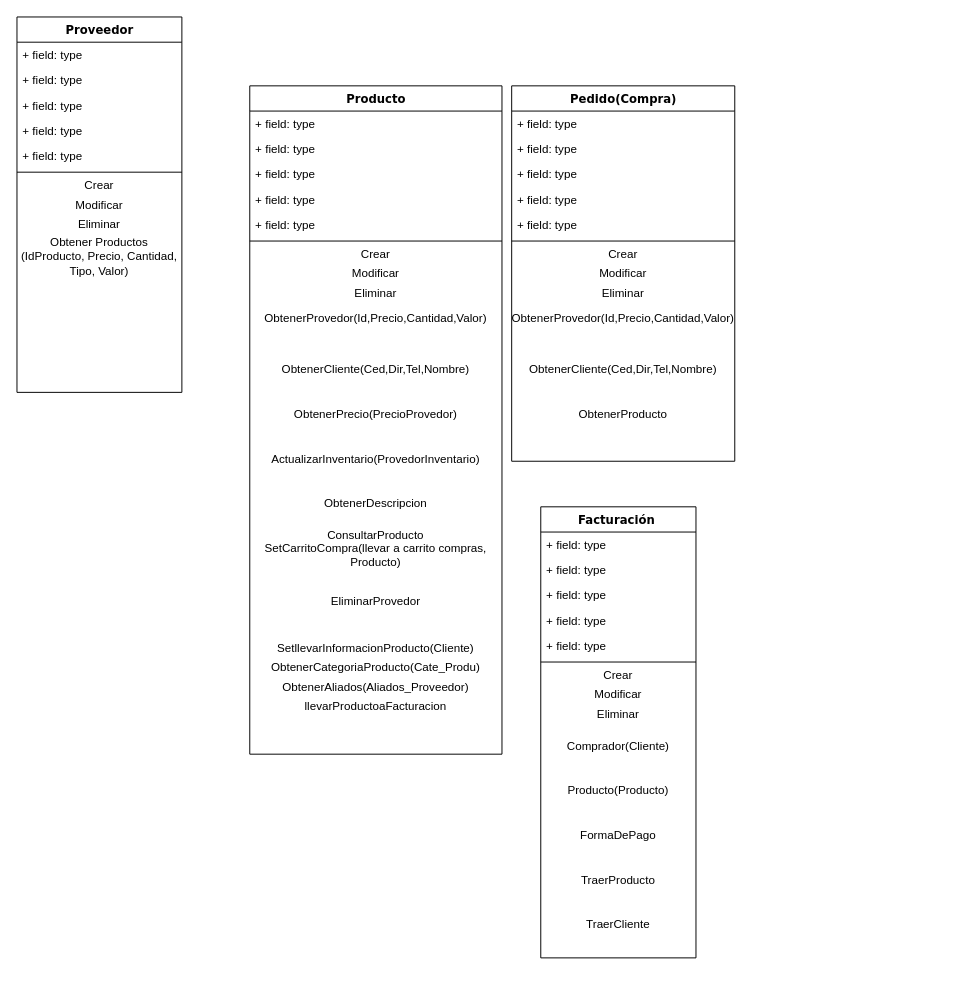
This is Untitled Diagram.drawio from hcardona76/ShoppingCar, a draw.io file, before an edit. Source tidied: cells renumbered, new cells numbered last; positions are measured from the earlier drawing's top-left corner, leaving out a move shared by most shapes. Both pictures are drawn from the tidied source at 97%, with x=0, y=0 at pixel (16, 16).
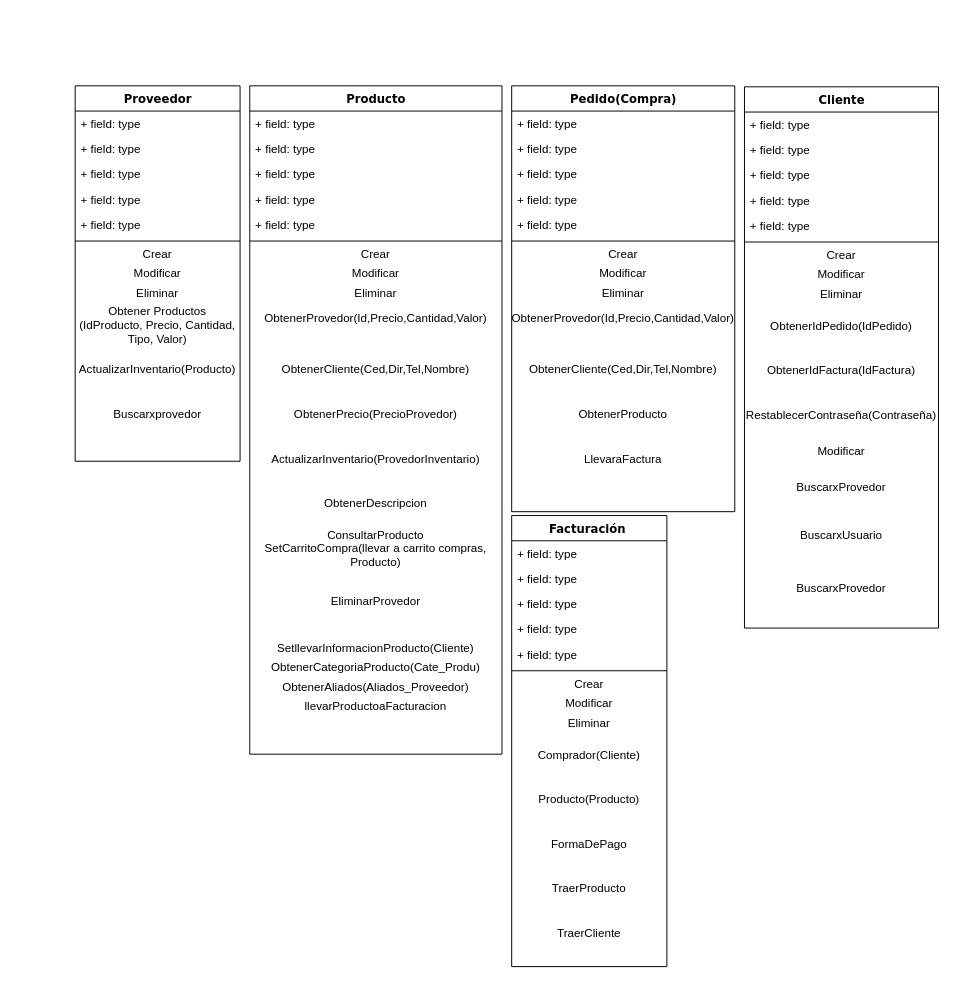
The same page after the edit.

What changed in the source:
```diff
@@
     <mxCell id="2" value="Proveedor" style="swimlane;html=1;fontStyle=1;align=center;verticalAlign=top;horizontal=1;startSize=26;swimlaneFillColor=#ffffff;rounded=0;shadow=0;comic=0;labelBackgroundColor=none;strokeColor=#000000;strokeWidth=1;fillColor=none;fontFamily=Verdana;fontSize=12;fontColor=#000000;" parent="1" vertex="1">
-      <mxGeometry width="170" height="387" as="geometry" />
+      <mxGeometry x="60" y="71" width="170" height="387" as="geometry" />
     </mxCell>
@@
+    <mxCell id="63" value="ActualizarInventario(Producto)" style="text;html=1;strokeColor=none;fillColor=none;align=center;verticalAlign=middle;whiteSpace=wrap;rounded=0;" parent="2" vertex="1">
+      <mxGeometry y="270" width="170" height="46" as="geometry" />
+    </mxCell>
     <mxCell id="13" value="Pedido(Compra)" style="swimlane;html=1;fontStyle=1;align=center;verticalAlign=top;horizontal=1;startSize=26;swimlaneFillColor=#ffffff;rounded=0;shadow=0;comic=0;labelBackgroundColor=none;strokeColor=#000000;strokeWidth=1;fillColor=none;fontFamily=Verdana;fontSize=12;fontColor=#000000;" parent="1" vertex="1">
-      <mxGeometry x="510" y="71" width="230" height="387" as="geometry" />
+      <mxGeometry x="510" y="71" width="230" height="439" as="geometry" />
     </mxCell>
@@
     <mxCell id="48" value="Facturación&amp;nbsp;" style="swimlane;html=1;fontStyle=1;align=center;verticalAlign=top;horizontal=1;startSize=26;swimlaneFillColor=#ffffff;rounded=0;shadow=0;comic=0;labelBackgroundColor=none;strokeColor=#000000;strokeWidth=1;fillColor=none;fontFamily=Verdana;fontSize=12;fontColor=#000000;" parent="1" vertex="1">
-      <mxGeometry x="540" y="505" width="160" height="465" as="geometry" />
+      <mxGeometry x="510" y="514" width="160" height="465" as="geometry" />
     </mxCell>
@@
+    <mxCell id="64" value="Cliente" style="swimlane;html=1;fontStyle=1;align=center;verticalAlign=top;horizontal=1;startSize=26;swimlaneFillColor=#ffffff;rounded=0;shadow=0;comic=0;labelBackgroundColor=none;strokeColor=#000000;strokeWidth=1;fillColor=none;fontFamily=Verdana;fontSize=12;fontColor=#000000;" parent="1" vertex="1">
+      <mxGeometry x="750" y="72" width="200" height="558" as="geometry" />
+    </mxCell>
+    <mxCell id="65" value="+ field: type" style="text;html=1;strokeColor=none;fillColor=none;align=left;verticalAlign=top;spacingLeft=4;spacingRight=4;whiteSpace=wrap;overflow=hidden;" parent="64" vertex="1">
+      <mxGeometry y="26" width="200" height="26" as="geometry" />
+    </mxCell>
+    <mxCell id="66" value="+ field: type" style="text;html=1;strokeColor=none;fillColor=none;align=left;verticalAlign=top;spacingLeft=4;spacingRight=4;whiteSpace=wrap;overflow=hidden;" parent="64" vertex="1">
+      <mxGeometry y="52" width="200" height="26" as="geometry" />
+    </mxCell>
+    <mxCell id="67" value="+ field: type" style="text;html=1;strokeColor=none;fillColor=none;align=left;verticalAlign=top;spacingLeft=4;spacingRight=4;whiteSpace=wrap;overflow=hidden;" parent="64" vertex="1">
+      <mxGeometry y="78" width="200" height="26" as="geometry" />
+    </mxCell>
+    <mxCell id="68" value="+ field: type" style="text;html=1;strokeColor=none;fillColor=none;align=left;verticalAlign=top;spacingLeft=4;spacingRight=4;whiteSpace=wrap;overflow=hidden;" parent="64" vertex="1">
+      <mxGeometry y="104" width="200" height="26" as="geometry" />
+    </mxCell>
+    <mxCell id="69" value="+ field: type" style="text;html=1;strokeColor=none;fillColor=none;align=left;verticalAlign=top;spacingLeft=4;spacingRight=4;whiteSpace=wrap;overflow=hidden;" parent="64" vertex="1">
+      <mxGeometry y="130" width="200" height="26" as="geometry" />
+    </mxCell>
+    <mxCell id="70" style="line;html=1;strokeWidth=1;fillColor=none;align=left;verticalAlign=middle;spacingTop=-1;spacingLeft=3;spacingRight=3;labelPosition=right;" parent="64" vertex="1">
+      <mxGeometry y="156" width="200" height="8" as="geometry" />
+    </mxCell>
+    <mxCell id="71" value="Crear" style="text;html=1;strokeColor=none;fillColor=none;align=center;verticalAlign=middle;whiteSpace=wrap;rounded=0;" parent="64" vertex="1">
+      <mxGeometry y="164" width="200" height="20" as="geometry" />
+    </mxCell>
+    <mxCell id="72" value="Modificar" style="text;html=1;strokeColor=none;fillColor=none;align=center;verticalAlign=middle;whiteSpace=wrap;rounded=0;" parent="64" vertex="1">
+      <mxGeometry y="184" width="200" height="20" as="geometry" />
+    </mxCell>
+    <mxCell id="73" value="Eliminar" style="text;html=1;strokeColor=none;fillColor=none;align=center;verticalAlign=middle;whiteSpace=wrap;rounded=0;" parent="64" vertex="1">
+      <mxGeometry y="204" width="200" height="20" as="geometry" />
+    </mxCell>
+    <mxCell id="74" value="ObtenerIdPedido(IdPedido)" style="text;html=1;strokeColor=none;fillColor=none;align=center;verticalAlign=middle;whiteSpace=wrap;rounded=0;" parent="64" vertex="1">
+      <mxGeometry y="224" width="200" height="46" as="geometry" />
+    </mxCell>
+    <mxCell id="75" value="ObtenerIdFactura(IdFactura)" style="text;html=1;strokeColor=none;fillColor=none;align=center;verticalAlign=middle;whiteSpace=wrap;rounded=0;" parent="64" vertex="1">
+      <mxGeometry y="270" width="200" height="46" as="geometry" />
+    </mxCell>
+    <mxCell id="76" value="RestablecerContraseña(Contraseña)" style="text;html=1;strokeColor=none;fillColor=none;align=center;verticalAlign=middle;whiteSpace=wrap;rounded=0;" parent="64" vertex="1">
+      <mxGeometry y="316" width="200" height="46" as="geometry" />
+    </mxCell>
+    <mxCell id="77" value="Modificar" style="text;html=1;strokeColor=none;fillColor=none;align=center;verticalAlign=middle;whiteSpace=wrap;rounded=0;" parent="64" vertex="1">
+      <mxGeometry y="362" width="200" height="28" as="geometry" />
+    </mxCell>
+    <mxCell id="78" value="BuscarxProvedor" style="text;html=1;strokeColor=none;fillColor=none;align=center;verticalAlign=middle;whiteSpace=wrap;rounded=0;" parent="64" vertex="1">
+      <mxGeometry y="390" width="200" height="46" as="geometry" />
+    </mxCell>
+    <mxCell id="79" value="BuscarxUsuario" style="text;html=1;strokeColor=none;fillColor=none;align=center;verticalAlign=middle;whiteSpace=wrap;rounded=0;" parent="64" vertex="1">
+      <mxGeometry y="436" width="200" height="54" as="geometry" />
+    </mxCell>
+    <mxCell id="80" value="BuscarxProvedor" style="text;html=1;strokeColor=none;fillColor=none;align=center;verticalAlign=middle;whiteSpace=wrap;rounded=0;" parent="64" vertex="1">
+      <mxGeometry y="490" width="200" height="54" as="geometry" />
+    </mxCell>
+    <mxCell id="81" value="LlevaraFactura&lt;br&gt;" style="text;html=1;strokeColor=none;fillColor=none;align=center;verticalAlign=middle;whiteSpace=wrap;rounded=0;" parent="1" vertex="1">
+      <mxGeometry x="510" y="433" width="230" height="46" as="geometry" />
+    </mxCell>
+    <mxCell id="82" value="Buscarxprovedor" style="text;html=1;strokeColor=none;fillColor=none;align=center;verticalAlign=middle;whiteSpace=wrap;rounded=0;" parent="1" vertex="1">
+      <mxGeometry x="60" y="387" width="170" height="46" as="geometry" />
+    </mxCell>
```
